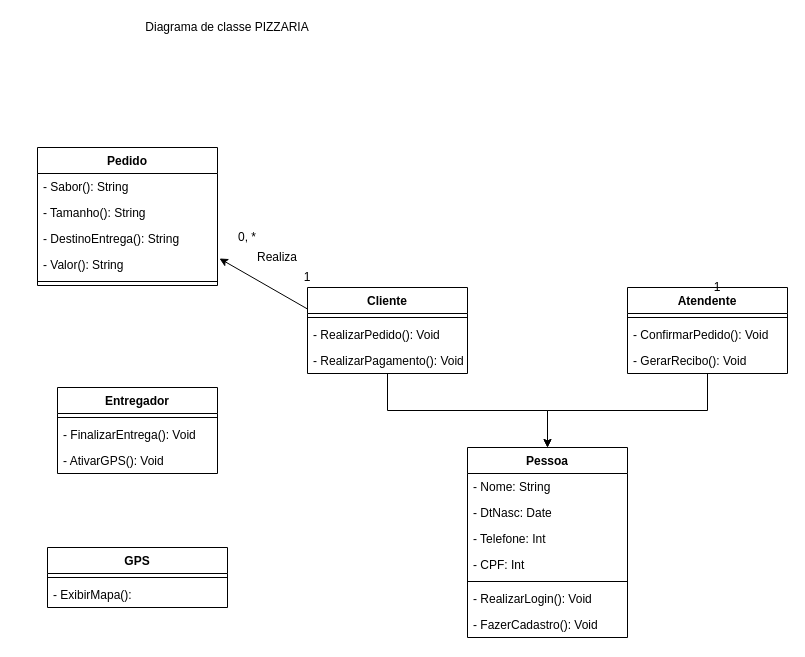
Before: UML/classe pizzaria.drawio in Vmp3/ADS, a draw.io diagram. Source tidied: cells renumbered, new cells numbered last; positions are measured from the earlier drawing's top-left corner, leaving out a move shared by most shapes. Both pictures are drawn from the tidied source at 100%, with x=0, y=0 at pixel (37, 17).
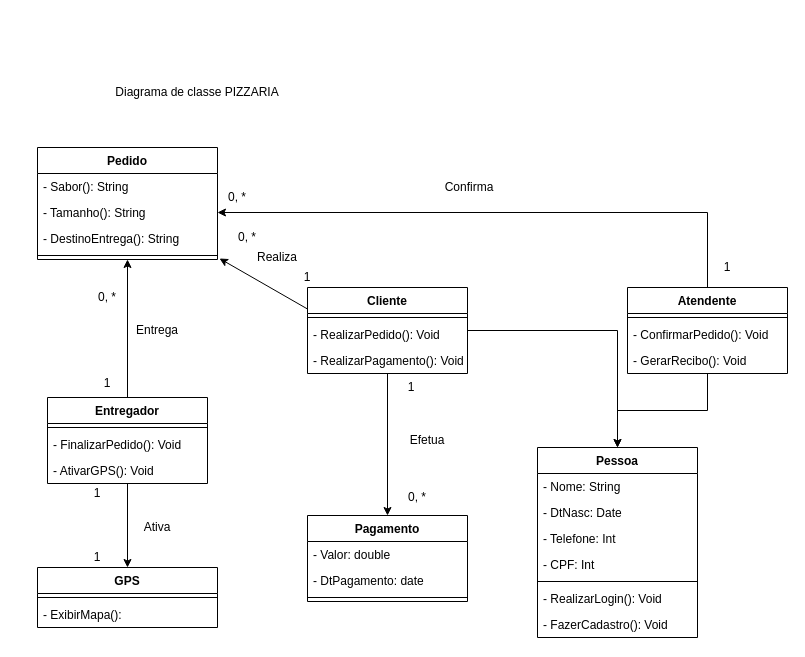
The same diagram, later.

Unchanged cells that the change refers to:
```xml
<mxCell id="3" value="Cliente" style="swimlane;fontStyle=1;align=center;verticalAlign=top;horizontal=1;startSize=26;" parent="1" vertex="1">
  <mxGeometry x="270" y="270" width="160" height="86" as="geometry" />
</mxCell>
<mxCell id="8" value="Atendente" style="swimlane;fontStyle=1;align=center;verticalAlign=top;horizontal=1;startSize=26;" parent="1" vertex="1">
  <mxGeometry x="590" y="270" width="160" height="86" as="geometry" />
</mxCell>
<mxCell id="24" value="- Tamanho(): String" style="text;strokeColor=none;fillColor=none;align=left;verticalAlign=top;spacingLeft=4;spacingRight=4;overflow=hidden;points=[[0,0.5],[1,0.5]];portConstraint=eastwest;" parent="22" vertex="1">
  <mxGeometry y="52" width="180" height="26" as="geometry" />
</mxCell>
```

Diff of the diagram source:
```diff
@@
     <mxCell id="2" style="edgeStyle=orthogonalEdgeStyle;rounded=0;jettySize=auto;html=1;" parent="1" edge="1" source="3" target="12">
-      <mxGeometry relative="1" as="geometry" />
+      <mxGeometry relative="1" as="geometry">
+        <Array as="points">
+          <mxPoint x="580" y="313" />
+        </Array>
+      </mxGeometry>
     </mxCell>
+    <mxCell id="39" style="edgeStyle=orthogonalEdgeStyle;rounded=0;jettySize=auto;html=1;entryX=0.5;entryY=0;entryDx=0;entryDy=0;" parent="1" edge="1" source="3" target="52">
+      <mxGeometry relative="1" as="geometry" />
+    </mxCell>
@@
+    <mxCell id="40" style="edgeStyle=orthogonalEdgeStyle;rounded=0;jettySize=auto;html=1;entryX=1;entryY=0.5;entryDx=0;entryDy=0;" parent="1" edge="1" source="8" target="24">
+      <mxGeometry relative="1" as="geometry" />
+    </mxCell>
@@
     <mxCell id="12" value="Pessoa" style="swimlane;fontStyle=1;align=center;verticalAlign=top;horizontal=1;startSize=26;" parent="1" vertex="1">
-      <mxGeometry x="430" y="430" width="160" height="190" as="geometry" />
+      <mxGeometry x="500" y="430" width="160" height="190" as="geometry" />
     </mxCell>
@@
-    <mxCell id="21" value="1" style="text;html=1;strokeColor=none;fillColor=none;align=center;verticalAlign=middle;whiteSpace=wrap;rounded=0;" parent="1" vertex="1">
-      <mxGeometry x="660" y="260" width="40" height="20" as="geometry" />
-    </mxCell>
     <mxCell id="22" value="Pedido" style="swimlane;fontStyle=1;align=center;verticalAlign=top;horizontal=1;startSize=26;" parent="1" vertex="1">
-      <mxGeometry y="130" width="180" height="138" as="geometry" />
+      <mxGeometry y="130" width="180" height="112" as="geometry" />
     </mxCell>
@@
-    <mxCell id="26" value="- Valor(): String" style="text;strokeColor=none;fillColor=none;align=left;verticalAlign=top;spacingLeft=4;spacingRight=4;overflow=hidden;points=[[0,0.5],[1,0.5]];portConstraint=eastwest;" parent="22" vertex="1">
-      <mxGeometry y="104" width="180" height="26" as="geometry" />
-    </mxCell>
     <mxCell id="27" style="line;strokeWidth=1;fillColor=none;align=left;verticalAlign=middle;spacingTop=-1;spacingLeft=3;spacingRight=3;labelPosition=right;" parent="22" vertex="1">
-      <mxGeometry y="130" width="180" height="8" as="geometry" />
+      <mxGeometry y="104" width="180" height="8" as="geometry" />
     </mxCell>
-    <mxCell id="28" style="endArrow=none;html=1;exitX=1.011;exitY=0.269;exitDx=0;exitDy=0;exitPerimeter=0;entryX=0;entryY=0.25;entryDx=0;entryDy=0;startArrow=classic;startFill=1;" parent="1" edge="1" source="26" target="3">
-      <mxGeometry relative="1" as="geometry" />
+    <mxCell id="28" style="endArrow=none;html=1;exitX=1.011;exitY=0.269;exitDx=0;exitDy=0;exitPerimeter=0;entryX=0;entryY=0.25;entryDx=0;entryDy=0;startArrow=classic;startFill=1;" parent="1" edge="1" target="3">
+      <mxGeometry relative="1" as="geometry">
+        <mxPoint x="182" y="241" as="sourcePoint" />
+      </mxGeometry>
     </mxCell>
     <mxCell id="29" value="Diagrama de classe PIZZARIA" style="text;html=1;strokeColor=none;fillColor=none;align=center;verticalAlign=middle;whiteSpace=wrap;rounded=0;" parent="1" vertex="1">
-      <mxGeometry x="10" width="360" height="20" as="geometry" />
+      <mxGeometry x="-20" y="65" width="360" height="20" as="geometry" />
     </mxCell>
     <mxCell id="30" value="GPS" style="swimlane;fontStyle=1;align=center;verticalAlign=top;horizontal=1;startSize=26;" parent="1" vertex="1">
-      <mxGeometry x="10" y="530" width="180" height="60" as="geometry" />
+      <mxGeometry y="550" width="180" height="60" as="geometry" />
     </mxCell>
@@
+    <mxCell id="41" style="edgeStyle=orthogonalEdgeStyle;rounded=0;jettySize=auto;html=1;entryX=0.5;entryY=1;entryDx=0;entryDy=0;" parent="1" edge="1" source="33" target="22">
+      <mxGeometry relative="1" as="geometry" />
+    </mxCell>
+    <mxCell id="42" style="edgeStyle=orthogonalEdgeStyle;rounded=0;jettySize=auto;html=1;entryX=0.5;entryY=0;entryDx=0;entryDy=0;" parent="1" edge="1" source="33" target="30">
+      <mxGeometry relative="1" as="geometry" />
+    </mxCell>
     <mxCell id="33" value="Entregador" style="swimlane;fontStyle=1;align=center;verticalAlign=top;horizontal=1;startSize=26;" parent="1" vertex="1">
-      <mxGeometry x="20" y="370" width="160" height="86" as="geometry" />
+      <mxGeometry x="10" y="380" width="160" height="86" as="geometry" />
     </mxCell>
@@
-    <mxCell id="35" value="- FinalizarEntrega(): Void" style="text;strokeColor=none;fillColor=none;align=left;verticalAlign=top;spacingLeft=4;spacingRight=4;overflow=hidden;" parent="33" vertex="1">
+    <mxCell id="35" value="- FinalizarPedido(): Void" style="text;strokeColor=none;fillColor=none;align=left;verticalAlign=top;spacingLeft=4;spacingRight=4;overflow=hidden;" parent="33" vertex="1">
       <mxGeometry y="34" width="160" height="26" as="geometry" />
     </mxCell>
@@
+    <mxCell id="43" value="Confirma" style="text;html=1;strokeColor=none;fillColor=none;align=center;verticalAlign=middle;whiteSpace=wrap;rounded=0;" parent="1" vertex="1">
+      <mxGeometry x="374" y="160" width="116" height="20" as="geometry" />
+    </mxCell>
+    <mxCell id="44" value="0, *" style="text;html=1;strokeColor=none;fillColor=none;align=center;verticalAlign=middle;whiteSpace=wrap;rounded=0;" parent="1" vertex="1">
+      <mxGeometry x="180" y="170" width="40" height="20" as="geometry" />
+    </mxCell>
+    <mxCell id="45" value="1" style="text;html=1;strokeColor=none;fillColor=none;align=center;verticalAlign=middle;whiteSpace=wrap;rounded=0;" parent="1" vertex="1">
+      <mxGeometry x="670" y="240" width="40" height="20" as="geometry" />
+    </mxCell>
+    <mxCell id="46" value="0, *" style="text;html=1;strokeColor=none;fillColor=none;align=center;verticalAlign=middle;whiteSpace=wrap;rounded=0;" parent="1" vertex="1">
+      <mxGeometry x="50" y="270" width="40" height="20" as="geometry" />
+    </mxCell>
+    <mxCell id="47" value="1" style="text;html=1;strokeColor=none;fillColor=none;align=center;verticalAlign=middle;whiteSpace=wrap;rounded=0;" parent="1" vertex="1">
+      <mxGeometry x="50" y="356" width="40" height="20" as="geometry" />
+    </mxCell>
+    <mxCell id="48" value="Entrega" style="text;html=1;strokeColor=none;fillColor=none;align=center;verticalAlign=middle;whiteSpace=wrap;rounded=0;" parent="1" vertex="1">
+      <mxGeometry x="100" y="303" width="40" height="20" as="geometry" />
+    </mxCell>
+    <mxCell id="49" value="Ativa" style="text;html=1;strokeColor=none;fillColor=none;align=center;verticalAlign=middle;whiteSpace=wrap;rounded=0;" parent="1" vertex="1">
+      <mxGeometry x="100" y="500" width="40" height="20" as="geometry" />
+    </mxCell>
+    <mxCell id="50" value="1" style="text;html=1;strokeColor=none;fillColor=none;align=center;verticalAlign=middle;whiteSpace=wrap;rounded=0;" parent="1" vertex="1">
+      <mxGeometry x="40" y="530" width="40" height="20" as="geometry" />
+    </mxCell>
+    <mxCell id="51" value="1" style="text;html=1;strokeColor=none;fillColor=none;align=center;verticalAlign=middle;whiteSpace=wrap;rounded=0;" parent="1" vertex="1">
+      <mxGeometry x="40" y="466" width="40" height="20" as="geometry" />
+    </mxCell>
+    <mxCell id="52" value="Pagamento" style="swimlane;fontStyle=1;align=center;verticalAlign=top;horizontal=1;startSize=26;" parent="1" vertex="1">
+      <mxGeometry x="270" y="498" width="160" height="86" as="geometry" />
+    </mxCell>
+    <mxCell id="53" value="- Valor: double" style="text;strokeColor=none;fillColor=none;align=left;verticalAlign=top;spacingLeft=4;spacingRight=4;overflow=hidden;" parent="52" vertex="1">
+      <mxGeometry y="26" width="160" height="26" as="geometry" />
+    </mxCell>
+    <mxCell id="54" value="- DtPagamento: date" style="text;strokeColor=none;fillColor=none;align=left;verticalAlign=top;spacingLeft=4;spacingRight=4;overflow=hidden;" parent="52" vertex="1">
+      <mxGeometry y="52" width="160" height="26" as="geometry" />
+    </mxCell>
+    <mxCell id="55" style="line;strokeWidth=1;fillColor=none;align=left;verticalAlign=middle;spacingTop=-1;spacingLeft=3;spacingRight=3;labelPosition=right;" parent="52" vertex="1">
+      <mxGeometry y="78" width="160" height="8" as="geometry" />
+    </mxCell>
+    <mxCell id="56" value="Efetua" style="text;html=1;strokeColor=none;fillColor=none;align=center;verticalAlign=middle;whiteSpace=wrap;rounded=0;" parent="1" vertex="1">
+      <mxGeometry x="370" y="413" width="40" height="20" as="geometry" />
+    </mxCell>
+    <mxCell id="57" value="1" style="text;html=1;strokeColor=none;fillColor=none;align=center;verticalAlign=middle;whiteSpace=wrap;rounded=0;" parent="1" vertex="1">
+      <mxGeometry x="354" y="360" width="40" height="20" as="geometry" />
+    </mxCell>
+    <mxCell id="58" value="0, *" style="text;html=1;strokeColor=none;fillColor=none;align=center;verticalAlign=middle;whiteSpace=wrap;rounded=0;" parent="1" vertex="1">
+      <mxGeometry x="360" y="470" width="40" height="20" as="geometry" />
+    </mxCell>
```
